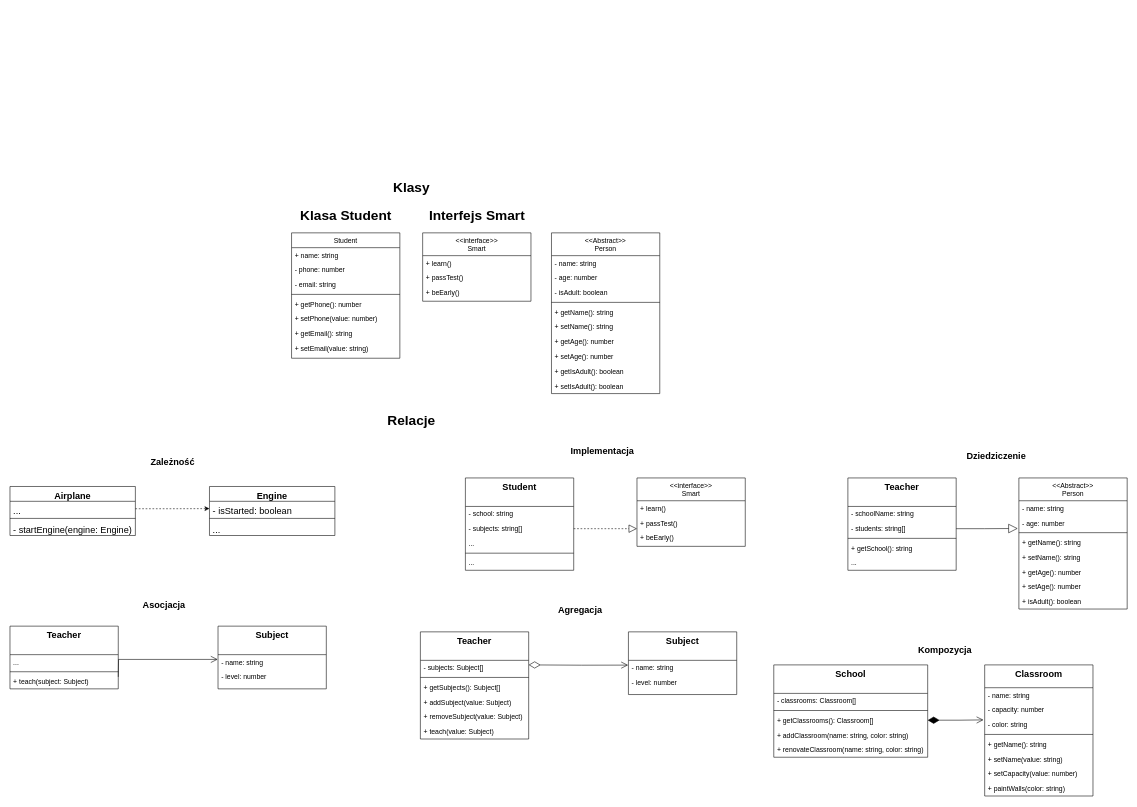
This is diagram_klas.drawio from mateuszjansowa/article-uml-diagrams, a draw.io file, before an edit. Source tidied: cells renumbered, new cells numbered last; positions are measured from the earlier drawing's top-left corner, leaving out a move shared by most shapes. Both pictures are drawn from the tidied source at 57%, with x=0, y=0 at pixel (10, 176).
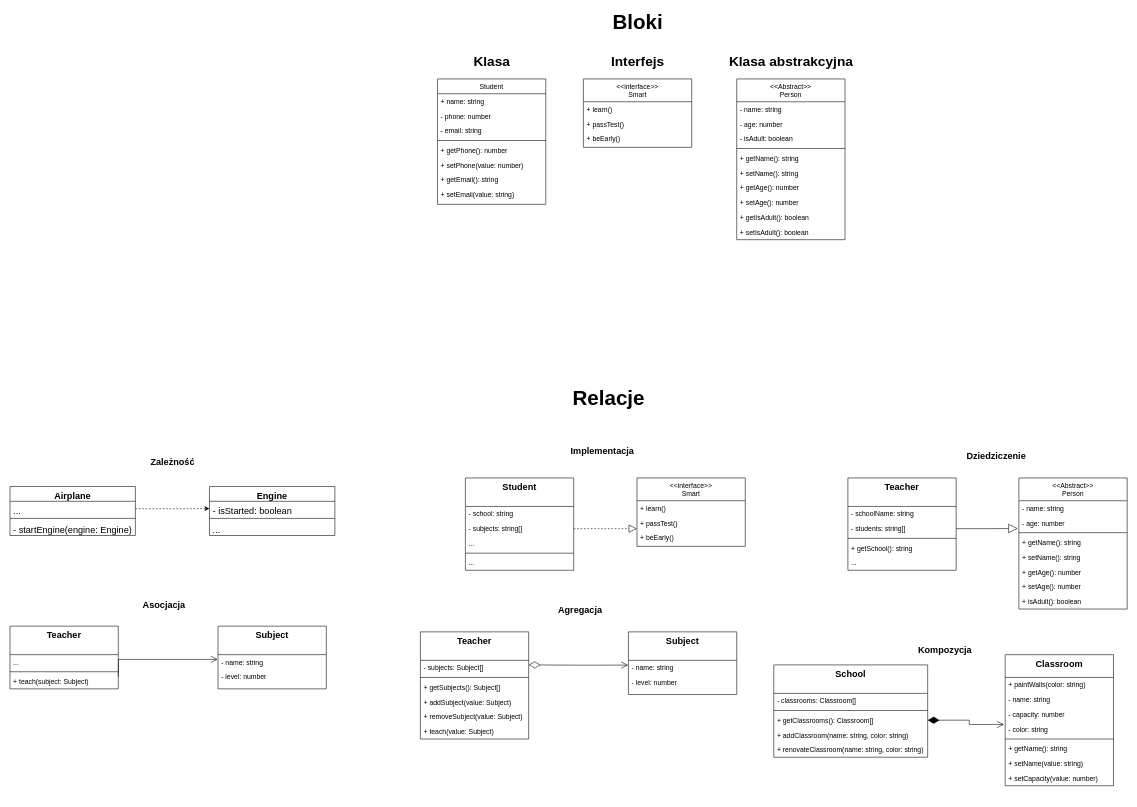
After the change.

The edit, as a diff of the source:
```diff
@@
     <mxCell id="2" value="Student" style="swimlane;fontStyle=0;align=center;verticalAlign=top;horizontal=1;startSize=26;rounded=0;shadow=0;strokeWidth=1;" parent="1" vertex="1">
-      <mxGeometry x="494" y="100" width="190" height="220" as="geometry" />
+      <mxGeometry x="750" y="-170" width="190" height="220" as="geometry" />
     </mxCell>
@@
-    <mxCell id="11" value="Klasa Student" style="text;strokeColor=none;fillColor=none;html=1;fontSize=24;fontStyle=1;verticalAlign=middle;align=center;" parent="1" vertex="1">
-      <mxGeometry x="539" y="50" width="100" height="40" as="geometry" />
+    <mxCell id="11" value="Klasa" style="text;strokeColor=none;fillColor=none;html=1;fontSize=24;fontStyle=1;verticalAlign=middle;align=center;" parent="1" vertex="1">
+      <mxGeometry x="795" y="-220" width="100" height="40" as="geometry" />
     </mxCell>
     <mxCell id="12" value="&lt;&lt;interface&gt;&gt;&#10;Smart" style="swimlane;fontStyle=0;align=center;verticalAlign=top;horizontal=1;startSize=40;rounded=0;shadow=0;strokeWidth=1;" parent="1" vertex="1">
-      <mxGeometry x="724" y="100" width="190" height="120" as="geometry" />
+      <mxGeometry x="1006" y="-170" width="190" height="120" as="geometry" />
     </mxCell>
@@
-    <mxCell id="16" value="Interfejs Smart" style="text;strokeColor=none;fillColor=none;html=1;fontSize=24;fontStyle=1;verticalAlign=middle;align=center;" parent="1" vertex="1">
-      <mxGeometry x="769" y="50" width="100" height="40" as="geometry" />
+    <mxCell id="16" value="Interfejs" style="text;strokeColor=none;fillColor=none;html=1;fontSize=24;fontStyle=1;verticalAlign=middle;align=center;" parent="1" vertex="1">
+      <mxGeometry x="1051" y="-220" width="100" height="40" as="geometry" />
     </mxCell>
-    <mxCell id="17" value="Relacje" style="text;strokeColor=none;fillColor=none;html=1;fontSize=24;fontStyle=1;verticalAlign=middle;align=center;" parent="1" vertex="1">
-      <mxGeometry x="654" y="410" width="100" height="40" as="geometry" />
+    <mxCell id="17" value="Relacje" style="text;strokeColor=none;fillColor=none;html=1;fontSize=36;fontStyle=1;verticalAlign=middle;align=center;" parent="1" vertex="1">
+      <mxGeometry x="1000" y="370" width="100" height="40" as="geometry" />
     </mxCell>
-    <mxCell id="18" value="Klasy" style="text;strokeColor=none;fillColor=none;html=1;fontSize=24;fontStyle=1;verticalAlign=middle;align=center;" parent="1" vertex="1">
-      <mxGeometry x="654" width="100" height="40" as="geometry" />
+    <mxCell id="18" value="Bloki" style="text;strokeColor=none;fillColor=none;html=1;fontSize=36;fontStyle=1;verticalAlign=middle;align=center;" parent="1" vertex="1">
+      <mxGeometry x="1051" y="-290" width="100" height="40" as="geometry" />
     </mxCell>
@@
     <mxCell id="37" value="&lt;&lt;Abstract&gt;&gt;&#10;Person" style="swimlane;fontStyle=0;align=center;verticalAlign=top;horizontal=1;startSize=40;rounded=0;shadow=0;strokeWidth=1;" parent="1" vertex="1">
-      <mxGeometry x="950" y="100" width="190" height="282" as="geometry" />
+      <mxGeometry x="1275" y="-170" width="190" height="282" as="geometry" />
     </mxCell>
@@
     <mxCell id="97" value="Classroom" style="swimlane;fontStyle=1;align=center;verticalAlign=top;horizontal=1;startSize=40;rounded=0;shadow=0;strokeWidth=1;fontSize=16;" parent="1" vertex="1">
-      <mxGeometry x="1710" y="858" width="190" height="230" as="geometry" />
+      <mxGeometry x="1746" y="840" width="190" height="230" as="geometry" />
     </mxCell>
+    <mxCell id="105" value="+ paintWalls(color: string)" style="text;align=left;verticalAlign=top;spacingLeft=4;spacingRight=4;overflow=hidden;rounded=0;shadow=0;html=0;" parent="97" vertex="1">
+      <mxGeometry y="40" width="190" height="26" as="geometry" />
+    </mxCell>
     <mxCell id="98" value="- name: string" style="text;align=left;verticalAlign=top;spacingLeft=4;spacingRight=4;overflow=hidden;" parent="97" vertex="1">
-      <mxGeometry y="40" width="190" height="26" as="geometry" />
+      <mxGeometry y="66" width="190" height="26" as="geometry" />
     </mxCell>
     <mxCell id="99" value="- capacity: number" style="text;align=left;verticalAlign=top;spacingLeft=4;spacingRight=4;overflow=hidden;rounded=0;shadow=0;html=0;" parent="97" vertex="1">
-      <mxGeometry y="66" width="190" height="26" as="geometry" />
+      <mxGeometry y="92" width="190" height="26" as="geometry" />
     </mxCell>
     <mxCell id="100" value="- color: string" style="text;align=left;verticalAlign=top;spacingLeft=4;spacingRight=4;overflow=hidden;points=[[0,0.5],[1,0.5]];portConstraint=eastwest;rounded=0;shadow=0;html=0;" parent="97" vertex="1">
-      <mxGeometry y="92" width="190" height="26" as="geometry" />
+      <mxGeometry y="118" width="190" height="26" as="geometry" />
     </mxCell>
     <mxCell id="101" style="line;html=1;strokeWidth=1;align=left;verticalAlign=middle;spacingTop=-1;spacingLeft=3;spacingRight=3;labelPosition=right;" parent="97" vertex="1">
-      <mxGeometry y="118" width="190" height="8" as="geometry" />
+      <mxGeometry y="144" width="190" height="8" as="geometry" />
     </mxCell>
     <mxCell id="102" value="+ getName(): string" style="text;align=left;verticalAlign=top;spacingLeft=4;spacingRight=4;overflow=hidden;rounded=0;shadow=0;html=0;" parent="97" vertex="1">
-      <mxGeometry y="126" width="190" height="26" as="geometry" />
+      <mxGeometry y="152" width="190" height="26" as="geometry" />
     </mxCell>
     <mxCell id="103" value="+ setName(value: string)" style="text;align=left;verticalAlign=top;spacingLeft=4;spacingRight=4;overflow=hidden;rounded=0;shadow=0;html=0;" parent="97" vertex="1">
-      <mxGeometry y="152" width="190" height="26" as="geometry" />
+      <mxGeometry y="178" width="190" height="26" as="geometry" />
     </mxCell>
     <mxCell id="104" value="+ setCapacity(value: number)" style="text;align=left;verticalAlign=top;spacingLeft=4;spacingRight=4;overflow=hidden;rounded=0;shadow=0;html=0;" parent="97" vertex="1">
-      <mxGeometry y="178" width="190" height="26" as="geometry" />
+      <mxGeometry y="204" width="190" height="26" as="geometry" />
     </mxCell>
-    <mxCell id="105" value="+ paintWalls(color: string)" style="text;align=left;verticalAlign=top;spacingLeft=4;spacingRight=4;overflow=hidden;rounded=0;shadow=0;html=0;" parent="97" vertex="1">
-      <mxGeometry y="204" width="190" height="26" as="geometry" />
-    </mxCell>
@@
+    <mxCell id="107" value="Klasa abstrakcyjna" style="text;strokeColor=none;fillColor=none;html=1;fontSize=24;fontStyle=1;verticalAlign=middle;align=center;" parent="1" vertex="1">
+      <mxGeometry x="1320" y="-220" width="100" height="40" as="geometry" />
+    </mxCell>
```
